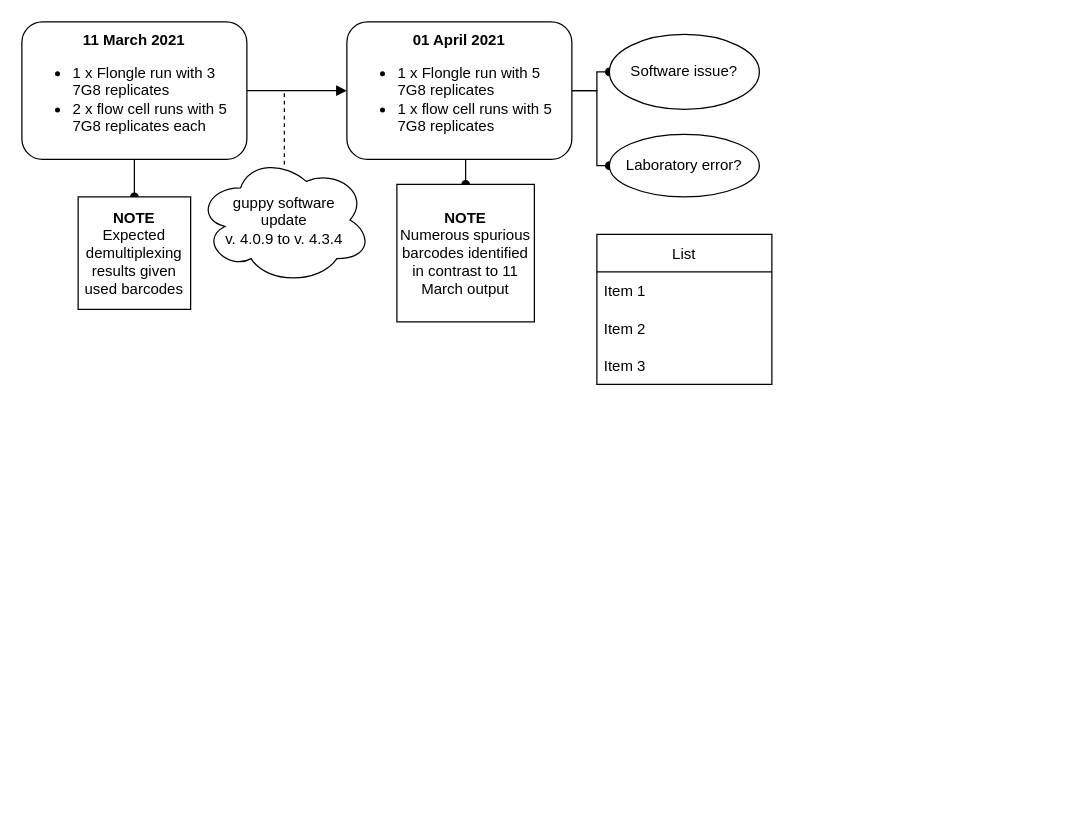
Earlier version of the draw.io diagram 4-reporting/project_decision_tree.drawio (sjsabin/minion_hrp2_project). Source tidied: cells renumbered, new cells numbered last; positions are measured from the earlier drawing's top-left corner, leaving out a move shared by most shapes. Both pictures are drawn from the tidied source at 125%, with x=0, y=0 at pixel (21, 21).
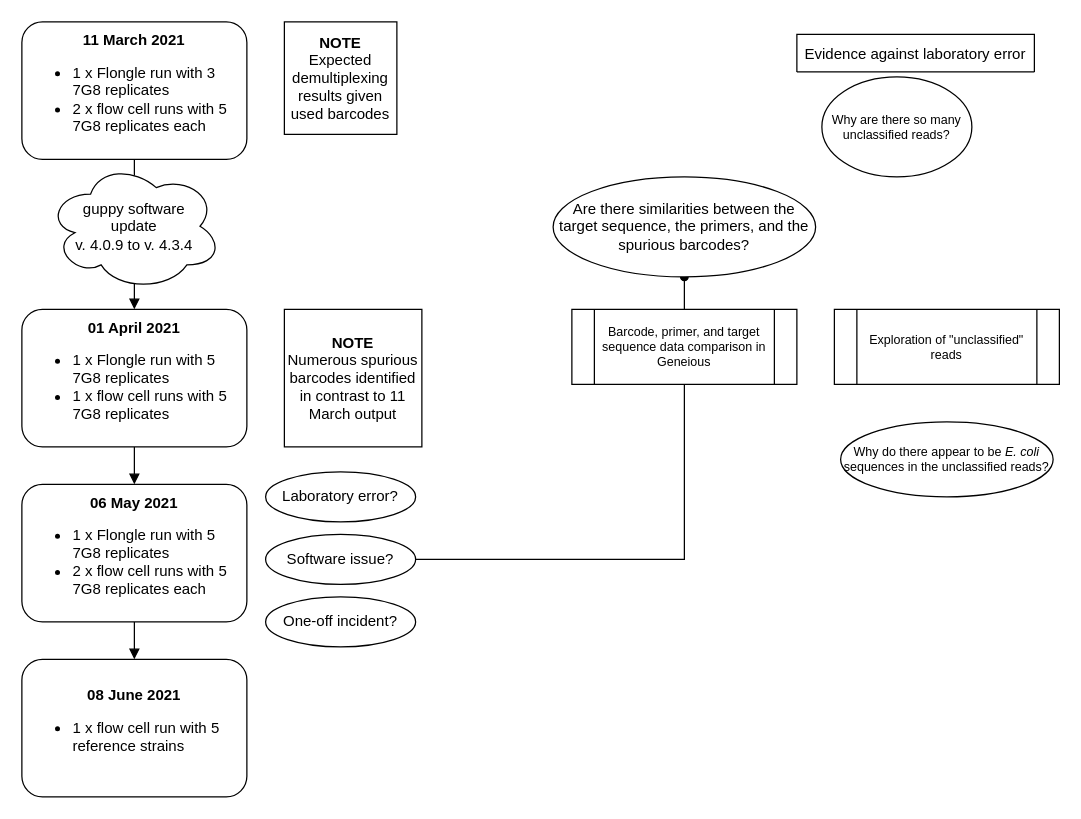
The same page after the edit.

The change refers to these unchanged cells:
```xml
<mxCell id="4" value="&lt;div&gt;&lt;b&gt;11 March 2021&lt;/b&gt;&lt;/div&gt;&lt;div align=&quot;left&quot;&gt;&lt;ul&gt;&lt;li&gt;1 x Flongle run with 3 7G8 replicates&lt;/li&gt;&lt;li&gt;2 x flow cell runs with 5 7G8 replicates each&lt;br&gt;&lt;/li&gt;&lt;/ul&gt;&lt;/div&gt;" style="rounded=1;whiteSpace=wrap;html=1;" parent="1" vertex="1">
  <mxGeometry width="180" height="110" as="geometry" />
</mxCell>
```

The edit, as a diff of the source:
```diff
@@
-    <mxCell id="2" style="edgeStyle=orthogonalEdgeStyle;rounded=0;jettySize=auto;html=1;exitX=0.5;exitY=1;exitDx=0;exitDy=0;endArrow=oval;endFill=1;" parent="1" edge="1" source="4" target="5">
-      <mxGeometry relative="1" as="geometry" />
-    </mxCell>
@@
     <mxCell id="5" value="&lt;div&gt;&lt;b&gt;NOTE&lt;/b&gt;&lt;/div&gt;&lt;div&gt;Expected demultiplexing results given used barcodes&lt;br&gt;&lt;/div&gt;" style="whiteSpace=wrap;html=1;" parent="1" vertex="1">
-      <mxGeometry x="45" y="140" width="90" height="90" as="geometry" />
+      <mxGeometry x="210" width="90" height="90" as="geometry" />
     </mxCell>
-    <mxCell id="6" style="edgeStyle=orthogonalEdgeStyle;rounded=0;jettySize=auto;html=1;exitX=0.5;exitY=1;exitDx=0;exitDy=0;entryX=0.5;entryY=0;entryDx=0;entryDy=0;endArrow=oval;endFill=1;" parent="1" edge="1" source="9" target="10">
-      <mxGeometry relative="1" as="geometry" />
-    </mxCell>
-    <mxCell id="7" style="edgeStyle=orthogonalEdgeStyle;rounded=0;jettySize=auto;html=1;endArrow=oval;endFill=1;" parent="1" edge="1" source="9" target="11">
-      <mxGeometry relative="1" as="geometry" />
-    </mxCell>
-    <mxCell id="8" style="edgeStyle=orthogonalEdgeStyle;rounded=0;jettySize=auto;html=1;endArrow=oval;endFill=1;" parent="1" edge="1" source="9" target="12">
-      <mxGeometry relative="1" as="geometry" />
-    </mxCell>
+    <mxCell id="19" style="edgeStyle=orthogonalEdgeStyle;rounded=0;jettySize=auto;html=1;fontSize=10;endArrow=block;endFill=1;" parent="1" edge="1" source="9" target="27">
+      <mxGeometry relative="1" as="geometry" />
+    </mxCell>
     <mxCell id="9" value="&lt;div&gt;&lt;b&gt;01 April 2021&lt;/b&gt;&lt;/div&gt;&lt;div align=&quot;left&quot;&gt;&lt;ul&gt;&lt;li&gt;1 x Flongle run with 5 7G8 replicates&lt;/li&gt;&lt;li&gt;1 x flow cell runs with 5 7G8 replicates&lt;br&gt;&lt;/li&gt;&lt;/ul&gt;&lt;/div&gt;" style="rounded=1;whiteSpace=wrap;html=1;" parent="1" vertex="1">
-      <mxGeometry x="260" width="180" height="110" as="geometry" />
+      <mxGeometry y="230" width="180" height="110" as="geometry" />
     </mxCell>
     <mxCell id="10" value="&lt;div&gt;&lt;b&gt;NOTE&lt;/b&gt;&lt;/div&gt;&lt;div&gt;Numerous spurious barcodes identified in contrast to 11 March output&lt;br&gt;&lt;/div&gt;" style="whiteSpace=wrap;html=1;" parent="1" vertex="1">
-      <mxGeometry x="300" y="130" width="110" height="110" as="geometry" />
+      <mxGeometry x="210" y="230" width="110" height="110" as="geometry" />
     </mxCell>
     <mxCell id="11" value="Laboratory error?" style="ellipse;whiteSpace=wrap;html=1;rounded=1;" parent="1" vertex="1">
-      <mxGeometry x="470" y="90" width="120" height="50" as="geometry" />
+      <mxGeometry x="195" y="360" width="120" height="40" as="geometry" />
     </mxCell>
+    <mxCell id="20" style="edgeStyle=orthogonalEdgeStyle;rounded=0;jettySize=auto;html=1;fontSize=10;endArrow=oval;endFill=1;" parent="1" edge="1" source="12" target="21">
+      <mxGeometry relative="1" as="geometry" />
+    </mxCell>
     <mxCell id="12" value="Software issue?" style="ellipse;whiteSpace=wrap;html=1;rounded=1;" parent="1" vertex="1">
-      <mxGeometry x="470" y="10" width="120" height="60" as="geometry" />
+      <mxGeometry x="195" y="410" width="120" height="40" as="geometry" />
     </mxCell>
-    <mxCell id="13" style="endArrow=none;dashed=1;html=1;rounded=0;" parent="1" edge="1">
-      <mxGeometry relative="1" as="geometry">
-        <mxPoint x="210" y="114" as="sourcePoint" />
-        <mxPoint x="210" y="54" as="targetPoint" />
-      </mxGeometry>
-    </mxCell>
     <mxCell id="14" value="&lt;div&gt;guppy software &lt;br&gt;&lt;/div&gt;&lt;div&gt;update&lt;/div&gt;&lt;div&gt;v. 4.0.9 to v. 4.3.4&lt;br&gt;&lt;/div&gt;" style="ellipse;shape=cloud;whiteSpace=wrap;html=1;" parent="1" vertex="1">
-      <mxGeometry x="140" y="107" width="140" height="103" as="geometry" />
+      <mxGeometry x="20" y="112" width="140" height="103" as="geometry" />
     </mxCell>
-    <mxCell id="15" value="List" style="swimlane;fontStyle=0;horizontal=1;startSize=30;" parent="1" vertex="1">
-      <mxGeometry x="460" y="170" width="140" height="120" as="geometry" />
+    <mxCell id="15" value="Evidence against laboratory error" style="swimlane;fontStyle=0;horizontal=1;startSize=30;" parent="1" vertex="1" collapsed="1">
+      <mxGeometry x="620" y="10" width="190" height="30" as="geometry" />
     </mxCell>
-    <mxCell id="16" value="Item 1" style="text;strokeColor=none;fillColor=none;align=left;verticalAlign=middle;spacingLeft=4;spacingRight=4;overflow=hidden;" parent="15" vertex="1">
-      <mxGeometry y="30" width="140" height="30" as="geometry" />
-    </mxCell>
-    <mxCell id="17" value="Item 2" style="text;strokeColor=none;fillColor=none;align=left;verticalAlign=middle;spacingLeft=4;spacingRight=4;overflow=hidden;" parent="15" vertex="1">
-      <mxGeometry y="60" width="140" height="30" as="geometry" />
-    </mxCell>
-    <mxCell id="18" value="Item 3" style="text;strokeColor=none;fillColor=none;align=left;verticalAlign=middle;spacingLeft=4;spacingRight=4;overflow=hidden;" parent="15" vertex="1">
-      <mxGeometry y="90" width="140" height="30" as="geometry" />
-    </mxCell>
+    <mxCell id="21" value="Are there similarities between the target sequence, the primers, and the spurious barcodes?" style="ellipse;whiteSpace=wrap;html=1;rounded=1;" parent="1" vertex="1">
+      <mxGeometry x="425" y="124" width="210" height="80" as="geometry" />
+    </mxCell>
+    <mxCell id="22" value="Barcode, primer, and target sequence data comparison in Geneious" style="shape=process;whiteSpace=wrap;html=1;backgroundOutline=1;fontSize=10;" parent="1" vertex="1">
+      <mxGeometry x="440" y="230" width="180" height="60" as="geometry" />
+    </mxCell>
+    <mxCell id="23" value="Exploration of &quot;unclassified&quot; reads " style="shape=process;whiteSpace=wrap;html=1;backgroundOutline=1;fontSize=10;" parent="1" vertex="1">
+      <mxGeometry x="650" y="230" width="180" height="60" as="geometry" />
+    </mxCell>
+    <mxCell id="24" value="Why are there so many unclassified reads?" style="ellipse;whiteSpace=wrap;html=1;fontSize=10;" parent="1" vertex="1">
+      <mxGeometry x="640" y="44" width="120" height="80" as="geometry" />
+    </mxCell>
+    <mxCell id="25" value="Why do there appear to be &lt;i&gt;E. coli &lt;/i&gt;sequences in the unclassified reads?" style="ellipse;whiteSpace=wrap;html=1;fontSize=10;" parent="1" vertex="1">
+      <mxGeometry x="655" y="320" width="170" height="60" as="geometry" />
+    </mxCell>
+    <mxCell id="26" style="edgeStyle=orthogonalEdgeStyle;rounded=0;jettySize=auto;html=1;fontSize=10;endArrow=block;endFill=1;" parent="1" edge="1" source="27" target="28">
+      <mxGeometry relative="1" as="geometry" />
+    </mxCell>
+    <mxCell id="27" value="&lt;div&gt;&lt;b&gt;06 May 2021&lt;/b&gt;&lt;/div&gt;&lt;div align=&quot;left&quot;&gt;&lt;ul&gt;&lt;li&gt;1 x Flongle run with 5 7G8 replicates&lt;/li&gt;&lt;li&gt;2 x flow cell runs with 5 7G8 replicates each&lt;br&gt;&lt;/li&gt;&lt;/ul&gt;&lt;/div&gt;" style="rounded=1;whiteSpace=wrap;html=1;" parent="1" vertex="1">
+      <mxGeometry y="370" width="180" height="110" as="geometry" />
+    </mxCell>
+    <mxCell id="28" value="&lt;div&gt;&lt;b&gt;08 June 2021&lt;/b&gt;&lt;br&gt;&lt;/div&gt;&lt;div align=&quot;left&quot;&gt;&lt;ul&gt;&lt;li&gt;1 x flow cell run with 5 reference strains&lt;br&gt;&lt;/li&gt;&lt;/ul&gt;&lt;/div&gt;" style="rounded=1;whiteSpace=wrap;html=1;" parent="1" vertex="1">
+      <mxGeometry y="510" width="180" height="110" as="geometry" />
+    </mxCell>
+    <mxCell id="29" value="One-off incident?" style="ellipse;whiteSpace=wrap;html=1;rounded=1;" parent="1" vertex="1">
+      <mxGeometry x="195" y="460" width="120" height="40" as="geometry" />
+    </mxCell>
```
